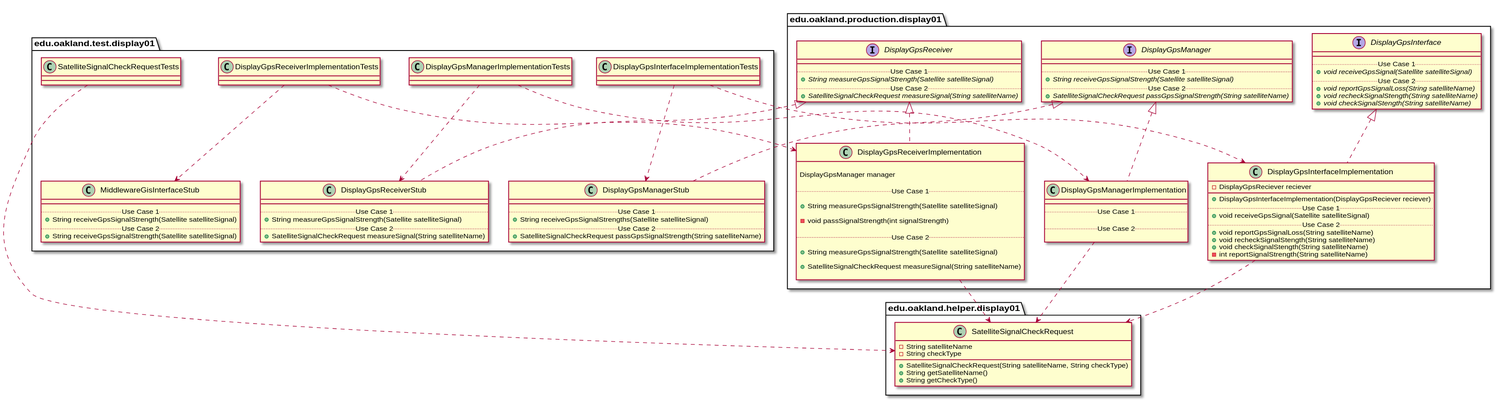
This is docs/uml-class-diagrams/display01/Display01Packages_InternalDependencies.svg from andrewdimmer/csi-3370-software-project, a PlantUML export, as it was before one commit. The source it was exported from:
```plantuml
@startuml Display01Packages_InternalDependencies


package edu.oakland.production.display01 {

}


package edu.oakland.production.display01 {
    interface DisplayGpsInterface {
        __
        .. Use Case 1 ..
        {abstract} + void receiveGpsSignal(Satellite satelliteSignal)
        .. Use Case 2 ..
        {abstract} + void reportGpsSignalLoss(String satelliteName)
        {abstract} + void recheckSignalStength(String satelliteName)
        {abstract} + void checkSignalStength(String satelliteName)
    }
}


package edu.oakland.production.display01 {
    interface DisplayGpsManager {
        __
        .. Use Case 1 ..
        {abstract} + String receiveGpsSignalStrength(Satellite satelliteSignal)
        .. Use Case 2 ..
        {abstract} + SatelliteSignalCheckRequest passGpsSignalStrength(String satelliteName)
    }
}


package edu.oakland.production.display01 {
    interface DisplayGpsReceiver {
        __
        .. Use Case 1 ..
        {abstract} + String measureGpsSignalStrength(Satellite satelliteSignal)
        .. Use Case 2 ..
        {abstract} + SatelliteSignalCheckRequest measureSignal(String satelliteName)
    }
}



package edu.oakland.production.display01 {
    class DisplayGpsInterfaceImplementation {
        - DisplayGpsReciever reciever
        __
        + DisplayGpsInterfaceImplementation(DisplayGpsReciever reciever)
        .. Use Case 1 ..
        + void receiveGpsSignal(Satellite satelliteSignal)
        .. Use Case 2 ..
        + void reportGpsSignalLoss(String satelliteName)
        + void recheckSignalStength(String satelliteName)
        + void checkSignalStength(String satelliteName)
        - int reportSignalStrength(String satelliteName)
    }
}


DisplayGpsInterfaceImplementation .up.|> DisplayGpsInterface

package edu.oakland.production.display01 {
    class DisplayGpsManagerImplementation {
        __
        .. Use Case 1 ..

        .. Use Case 2 ..

    }
}


DisplayGpsManagerImplementation .up.|> DisplayGpsManager

package edu.oakland.production.display01 {
    class DisplayGpsReceiverImplementation {

        DisplayGpsManager manager

        .. Use Case 1 ..

        + String measureGpsSignalStrength(Satellite satelliteSignal)

        - void passSignalStrength(int signalStrength)

        .. Use Case 2 ..

        + String measureGpsSignalStrength(Satellite satelliteSignal)

        + SatelliteSignalCheckRequest measureSignal(String satelliteName)

    }
}


DisplayGpsReceiverImplementation .up.|> DisplayGpsReceiver





package edu.oakland.helper.display01 {
    class SatelliteSignalCheckRequest {
        - String satelliteName
        - String checkType
        + SatelliteSignalCheckRequest(String satelliteName, String checkType)
        + String getSatelliteName()
        + String getCheckType()
    }
}

DisplayGpsInterfaceImplementation ..> SatelliteSignalCheckRequest
DisplayGpsManagerImplementation ..> SatelliteSignalCheckRequest
DisplayGpsReceiverImplementation ..> SatelliteSignalCheckRequest

package edu.oakland.test.display01 {

}


package edu.oakland.test.display01 {
    class DisplayGpsInterfaceImplementationTests {

    }
}



package edu.oakland.test.display01 {
    class DisplayGpsManagerStub {
        __
        .. Use Case 1 ..
        + String receiveGpsSignalStrengths(Satellite satelliteSignal)
        .. Use Case 2 ..
        + SatelliteSignalCheckRequest passGpsSignalStrength(String satelliteName)
    }
}

DisplayGpsInterfaceImplementationTests ..> DisplayGpsManagerStub

package edu.oakland.test.display01 {
    class DisplayGpsManagerImplementationTests {

    }
}



package edu.oakland.test.display01 {
    class DisplayGpsReceiverStub {
        __
        .. Use Case 1 ..
        + String measureGpsSignalStrength(Satellite satelliteSignal)
        .. Use Case 2 ..
        + SatelliteSignalCheckRequest measureSignal(String satelliteName)
    }
}

DisplayGpsManagerImplementationTests ..> DisplayGpsReceiverStub

package edu.oakland.test.display01 {
    class DisplayGpsReceiverImplementationTests {

    }
}



package edu.oakland.test.display01 {
    class MiddlewareGisInterfaceStub {
        __
        .. Use Case 1 ..
        + String receiveGpsSignalStrength(Satellite satelliteSignal)
        .. Use Case 2 ..
        + String receiveGpsSignalStrength(Satellite satelliteSignal)
    }
}

DisplayGpsReceiverImplementationTests ..> MiddlewareGisInterfaceStub

package edu.oakland.test.display01 {
    class SatelliteSignalCheckRequestTests {

    }
}


DisplayGpsInterfaceImplementationTests ..> DisplayGpsInterfaceImplementation
DisplayGpsManagerImplementationTests ..> DisplayGpsManagerImplementation
DisplayGpsReceiverImplementationTests ..> DisplayGpsReceiverImplementation
SatelliteSignalCheckRequestTests ..> SatelliteSignalCheckRequest
DisplayGpsManagerStub .up.|> DisplayGpsManager
DisplayGpsReceiverStub .up.|> DisplayGpsReceiver


package edu.oakland.helper.display01 {

}




@enduml
```
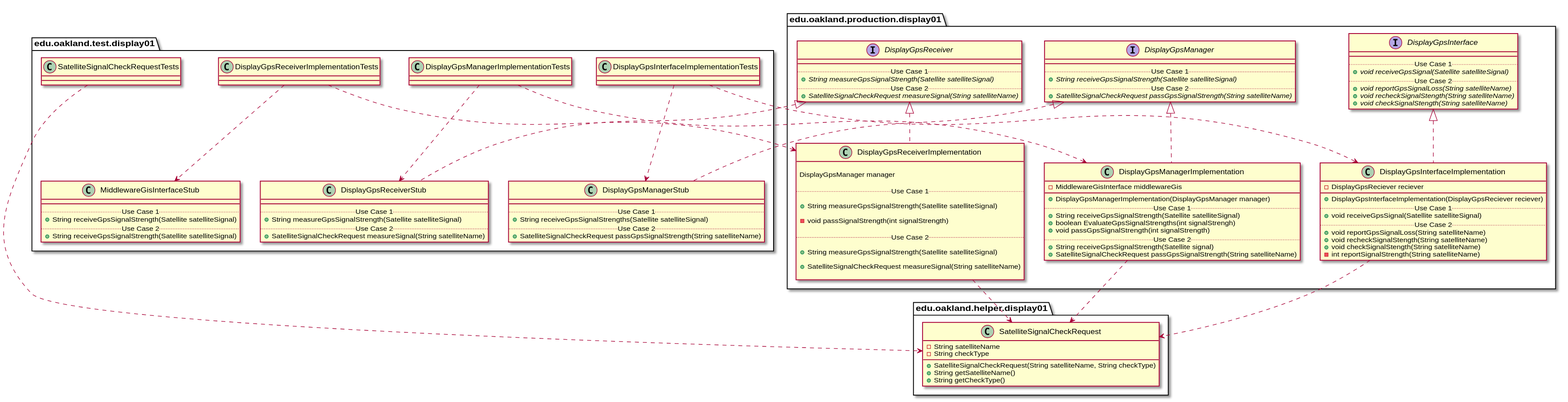
Above is the later version.

The edit, as a diff of the source:
```diff
@@ -61,12 +61,17 @@
 DisplayGpsInterfaceImplementation .up.|> DisplayGpsInterface
 
 package edu.oakland.production.display01 {
-    class DisplayGpsManagerImplementation {
-        __
-        .. Use Case 1 ..
-
-        .. Use Case 2 ..
-
+  class DisplayGpsManagerImplementation {
+    - MiddlewareGisInterface middlewareGis
+   __
+    + DisplayGpsManagerImplementation(DisplayGpsManager manager)
+    .. Use Case 1 ..
+    + String receiveGpsSignalStrength(Satellite satelliteSignal)
+    + boolean EvaluateGpsSignalStrengths(int signalStrengh)
+    + void passGpsSignalStrength(int signalStrength)
+    .. Use Case 2 ..
+    + String receiveGpsSignalStrength(Satellite signal)
+    + SatelliteSignalCheckRequest passGpsSignalStrength(String satelliteName)
     }
 }
 
```
